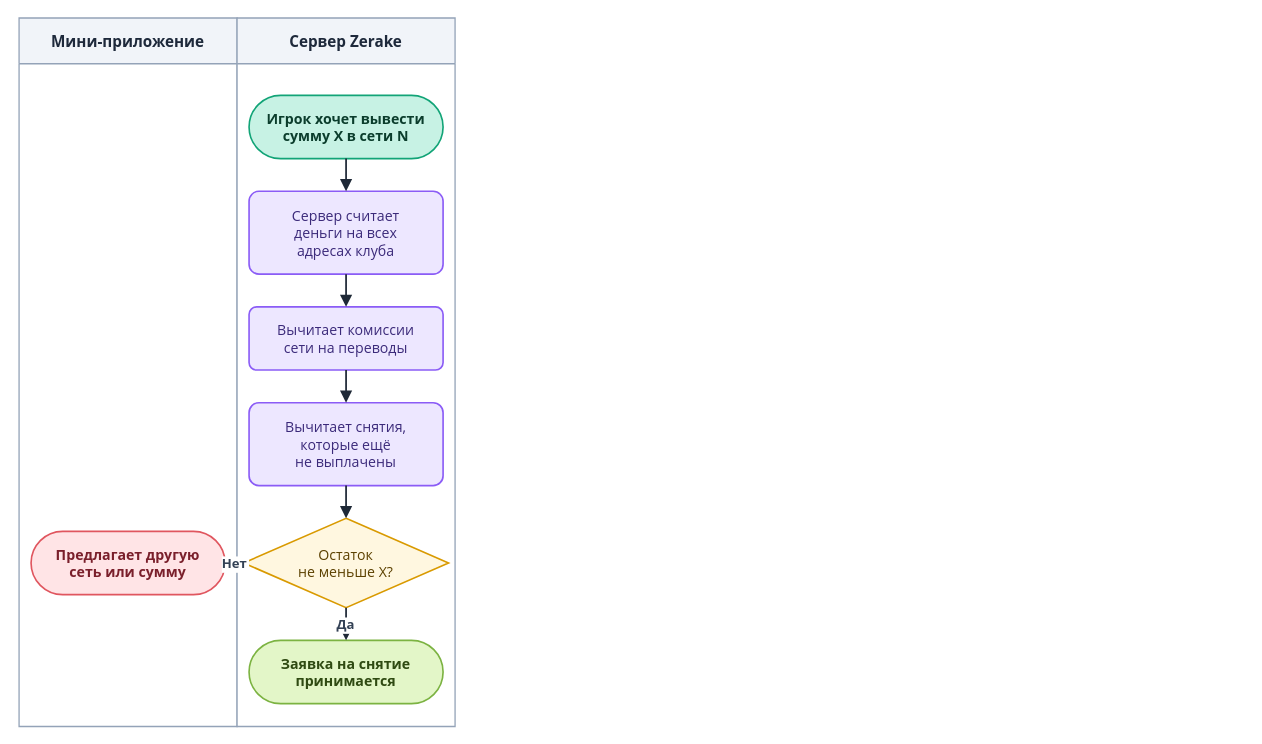
LILSUFFER/zerake-docs keeps this draw.io diagram as diagrams/drawio/solvency.drawio. Above is the earlier version. Source tidied: cells renumbered, new cells numbered last; positions are measured from the earlier drawing's top-left corner, leaving out a move shared by most shapes. Both pictures are drawn from the tidied source at 109%, with x=0, y=0 at pixel (19, 17).
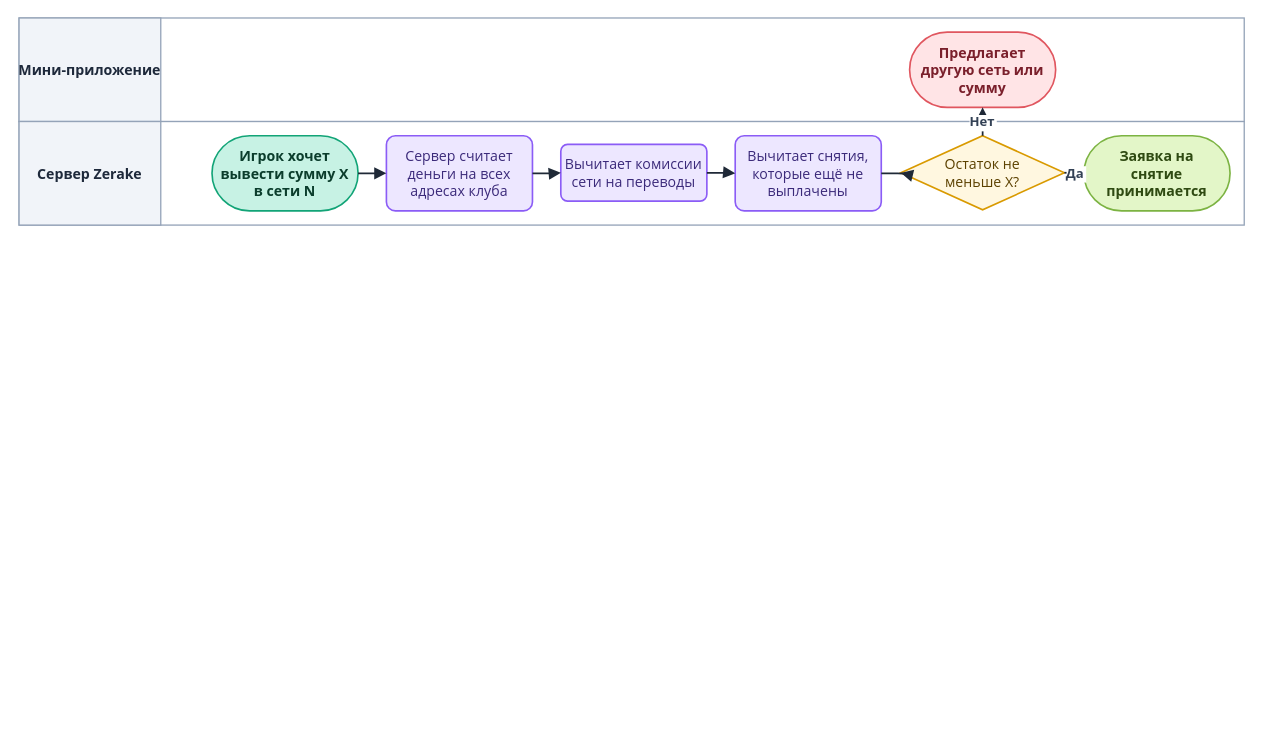
Above is the later version.

Change to the diagram source:
```diff
@@
 <mxGraphModel>
   <root>
     <mxCell id="0" />
     <mxCell id="1" parent="0" />
+    <mxCell id="17" style="rounded=0;html=0;fillColor=#FFFFFF;strokeColor=#94A3B8;strokeWidth=1.2;" parent="1" vertex="1">
+      <mxGeometry width="1124" height="95" as="geometry" />
+    </mxCell>
-    <mxCell id="2" value="Мини-приложение" style="swimlane;horizontal=1;startSize=42;fillColor=#F1F4F9;swimlaneFillColor=#FFFFFF;strokeColor=#94A3B8;fontColor=#1E293B;fontStyle=1;fontSize=14;fontFamily=Segoe UI;strokeWidth=1.2;" parent="1" vertex="1">
-      <mxGeometry width="200" height="650" as="geometry" />
+    <mxCell id="2" value="Мини-приложение" style="rounded=0;html=0;fillColor=#F1F4F9;strokeColor=#94A3B8;strokeWidth=1.2;fontColor=#1E293B;fontStyle=1;fontSize=13;fontFamily=Segoe UI;align=center;verticalAlign=middle;" parent="1" vertex="1">
+      <mxGeometry width="130" height="95" as="geometry" />
     </mxCell>
+    <mxCell id="18" style="rounded=0;html=0;fillColor=#FFFFFF;strokeColor=#94A3B8;strokeWidth=1.2;" parent="1" vertex="1">
+      <mxGeometry y="95" width="1124" height="95" as="geometry" />
+    </mxCell>
-    <mxCell id="3" value="Сервер Zerake" style="swimlane;horizontal=1;startSize=42;fillColor=#F1F4F9;swimlaneFillColor=#FFFFFF;strokeColor=#94A3B8;fontColor=#1E293B;fontStyle=1;fontSize=14;fontFamily=Segoe UI;strokeWidth=1.2;" parent="1" vertex="1">
-      <mxGeometry x="200" width="200" height="650" as="geometry" />
+    <mxCell id="3" value="Сервер Zerake" style="rounded=0;html=0;fillColor=#F1F4F9;strokeColor=#94A3B8;strokeWidth=1.2;fontColor=#1E293B;fontStyle=1;fontSize=13;fontFamily=Segoe UI;align=center;verticalAlign=middle;" parent="1" vertex="1">
+      <mxGeometry y="95" width="130" height="95" as="geometry" />
     </mxCell>
-    <mxCell id="4" value="Игрок хочет вывести&#10;сумму X в сети N" style="rounded=1;arcSize=50;html=0;fontStyle=1;fillColor=#C7F2E4;strokeColor=#12A477;fontColor=#0B3D2C;fontFamily=Segoe UI;fontSize=13;strokeWidth=1.5;" parent="1" vertex="1">
-      <mxGeometry x="211" y="71" width="178" height="58" as="geometry" />
+    <mxCell id="4" value="Игрок хочет&#10;вывести сумму X&#10;в сети N" style="rounded=1;arcSize=50;html=0;fontStyle=1;fillColor=#C7F2E4;strokeColor=#12A477;fontColor=#0B3D2C;fontFamily=Segoe UI;fontSize=13;strokeWidth=1.5;" parent="1" vertex="1">
+      <mxGeometry x="177" y="108" width="134" height="69" as="geometry" />
     </mxCell>
     <mxCell id="5" value="Сервер считает&#10;деньги на всех&#10;адресах клуба" style="rounded=1;arcSize=12;html=0;fillColor=#EDE7FF;strokeColor=#8B5CF6;fontColor=#3B2A7A;fontFamily=Segoe UI;fontSize=13;strokeWidth=1.5;" parent="1" vertex="1">
-      <mxGeometry x="211" y="159" width="178" height="76" as="geometry" />
+      <mxGeometry x="337" y="108" width="134" height="69" as="geometry" />
     </mxCell>
     <mxCell id="6" value="Вычитает комиссии&#10;сети на переводы" style="rounded=1;arcSize=12;html=0;fillColor=#EDE7FF;strokeColor=#8B5CF6;fontColor=#3B2A7A;fontFamily=Segoe UI;fontSize=13;strokeWidth=1.5;" parent="1" vertex="1">
-      <mxGeometry x="211" y="265" width="178" height="58" as="geometry" />
+      <mxGeometry x="497" y="116" width="134" height="52" as="geometry" />
     </mxCell>
-    <mxCell id="7" value="Вычитает снятия,&#10;которые ещё&#10;не выплачены" style="rounded=1;arcSize=12;html=0;fillColor=#EDE7FF;strokeColor=#8B5CF6;fontColor=#3B2A7A;fontFamily=Segoe UI;fontSize=13;strokeWidth=1.5;" parent="1" vertex="1">
-      <mxGeometry x="211" y="353" width="178" height="76" as="geometry" />
+    <mxCell id="7" value="Вычитает снятия,&#10;которые ещё не&#10;выплачены" style="rounded=1;arcSize=12;html=0;fillColor=#EDE7FF;strokeColor=#8B5CF6;fontColor=#3B2A7A;fontFamily=Segoe UI;fontSize=13;strokeWidth=1.5;" parent="1" vertex="1">
+      <mxGeometry x="657" y="108" width="134" height="69" as="geometry" />
     </mxCell>
-    <mxCell id="8" value="Остаток&#10;не меньше X?" style="rhombus;html=0;fillColor=#FFF7E0;strokeColor=#D99A00;fontColor=#5C4100;fontFamily=Segoe UI;fontSize=13;strokeWidth=1.5;" parent="1" vertex="1">
-      <mxGeometry x="206" y="459" width="188" height="82" as="geometry" />
+    <mxCell id="8" value="Остаток не&#10;меньше X?" style="rhombus;html=0;fillColor=#FFF7E0;strokeColor=#D99A00;fontColor=#5C4100;fontFamily=Segoe UI;fontSize=13;strokeWidth=1.5;" parent="1" vertex="1">
+      <mxGeometry x="809" y="108" width="150" height="68" as="geometry" />
     </mxCell>
-    <mxCell id="9" value="Предлагает другую&#10;сеть или сумму" style="rounded=1;arcSize=50;html=0;fontStyle=1;fillColor=#FFE4E6;strokeColor=#E0565F;fontColor=#7A1F2B;fontFamily=Segoe UI;fontSize=13;strokeWidth=1.5;" parent="1" vertex="1">
-      <mxGeometry x="11" y="471" width="178" height="58" as="geometry" />
+    <mxCell id="9" value="Предлагает&#10;другую сеть или&#10;сумму" style="rounded=1;arcSize=50;html=0;fontStyle=1;fillColor=#FFE4E6;strokeColor=#E0565F;fontColor=#7A1F2B;fontFamily=Segoe UI;fontSize=13;strokeWidth=1.5;" parent="1" vertex="1">
+      <mxGeometry x="817" y="13" width="134" height="69" as="geometry" />
     </mxCell>
-    <mxCell id="10" value="Заявка на снятие&#10;принимается" style="rounded=1;arcSize=50;html=0;fontStyle=1;fillColor=#E3F6C8;strokeColor=#7CB342;fontColor=#2F4A12;fontFamily=Segoe UI;fontSize=13;strokeWidth=1.5;" parent="1" vertex="1">
-      <mxGeometry x="211" y="571" width="178" height="58" as="geometry" />
+    <mxCell id="10" value="Заявка на&#10;снятие&#10;принимается" style="rounded=1;arcSize=50;html=0;fontStyle=1;fillColor=#E3F6C8;strokeColor=#7CB342;fontColor=#2F4A12;fontFamily=Segoe UI;fontSize=13;strokeWidth=1.5;" parent="1" vertex="1">
+      <mxGeometry x="977" y="108" width="134" height="69" as="geometry" />
     </mxCell>
     <mxCell id="11" style="edgeStyle=orthogonalEdgeStyle;rounded=1;arcSize=10;jettySize=auto;html=0;strokeColor=#1F2937;strokeWidth=1.6;endArrow=block;endFill=1;endSize=7;fontFamily=Segoe UI;fontSize=12;fontStyle=1;fontColor=#334155;labelBackgroundColor=#FFFFFF;" parent="1" edge="1" source="4" target="5">
       <mxGeometry relative="1" as="geometry" />
     </mxCell>
     <mxCell id="12" style="edgeStyle=orthogonalEdgeStyle;rounded=1;arcSize=10;jettySize=auto;html=0;strokeColor=#1F2937;strokeWidth=1.6;endArrow=block;endFill=1;endSize=7;fontFamily=Segoe UI;fontSize=12;fontStyle=1;fontColor=#334155;labelBackgroundColor=#FFFFFF;" parent="1" edge="1" source="5" target="6">
       <mxGeometry relative="1" as="geometry" />
     </mxCell>
     <mxCell id="13" style="edgeStyle=orthogonalEdgeStyle;rounded=1;arcSize=10;jettySize=auto;html=0;strokeColor=#1F2937;strokeWidth=1.6;endArrow=block;endFill=1;endSize=7;fontFamily=Segoe UI;fontSize=12;fontStyle=1;fontColor=#334155;labelBackgroundColor=#FFFFFF;" parent="1" edge="1" source="6" target="7">
       <mxGeometry relative="1" as="geometry" />
     </mxCell>
     <mxCell id="14" style="edgeStyle=orthogonalEdgeStyle;rounded=1;arcSize=10;jettySize=auto;html=0;strokeColor=#1F2937;strokeWidth=1.6;endArrow=block;endFill=1;endSize=7;fontFamily=Segoe UI;fontSize=12;fontStyle=1;fontColor=#334155;labelBackgroundColor=#FFFFFF;" parent="1" edge="1" source="7" target="8">
       <mxGeometry relative="1" as="geometry" />
     </mxCell>
     <mxCell id="15" value="Нет" style="edgeStyle=orthogonalEdgeStyle;rounded=1;arcSize=10;jettySize=auto;html=0;strokeColor=#1F2937;strokeWidth=1.6;endArrow=block;endFill=1;endSize=7;fontFamily=Segoe UI;fontSize=12;fontStyle=1;fontColor=#334155;labelBackgroundColor=#FFFFFF;" parent="1" edge="1" source="8" target="9">
       <mxGeometry relative="1" as="geometry" />
     </mxCell>
     <mxCell id="16" value="Да" style="edgeStyle=orthogonalEdgeStyle;rounded=1;arcSize=10;jettySize=auto;html=0;strokeColor=#1F2937;strokeWidth=1.6;endArrow=block;endFill=1;endSize=7;fontFamily=Segoe UI;fontSize=12;fontStyle=1;fontColor=#334155;labelBackgroundColor=#FFFFFF;" parent="1" edge="1" source="8" target="10">
       <mxGeometry relative="1" as="geometry" />
     </mxCell>
   </root>
 </mxGraphModel>
```
